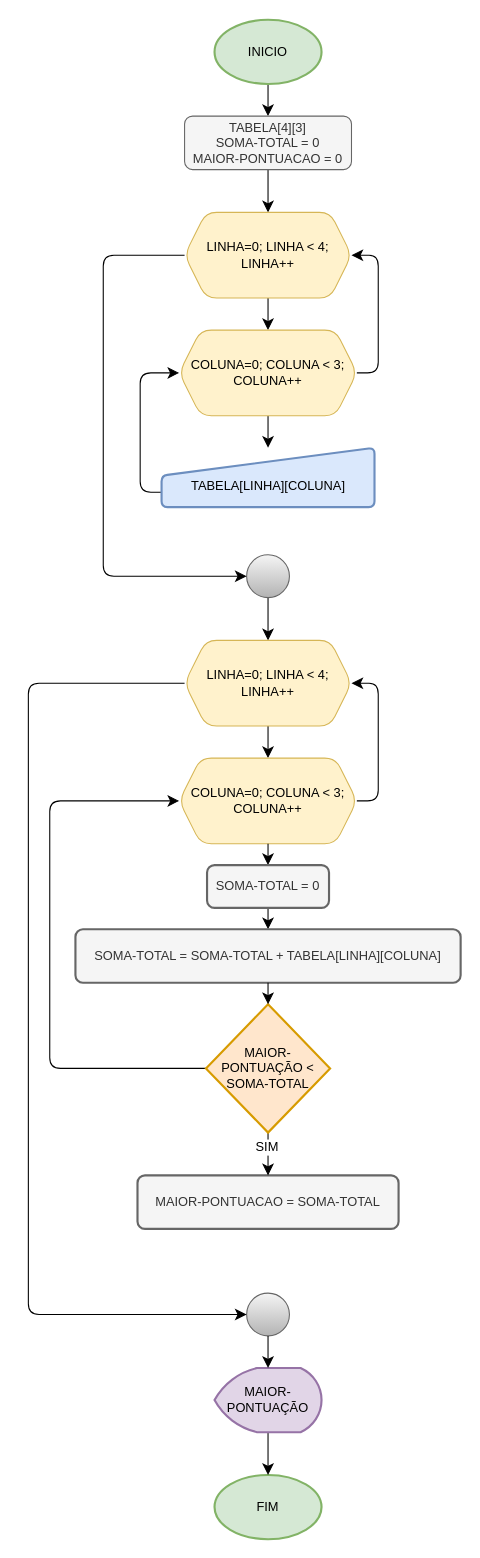
Before: fluxogramas/Matriz-Ex001.drawio in thisouza01/bootcamp-cobol, a draw.io diagram. Source tidied: cells renumbered, new cells numbered last; positions are measured from the earlier drawing's top-left corner, leaving out a move shared by most shapes. Both pictures are drawn from the tidied source at 107%, with x=0, y=0 at pixel (28, 19).
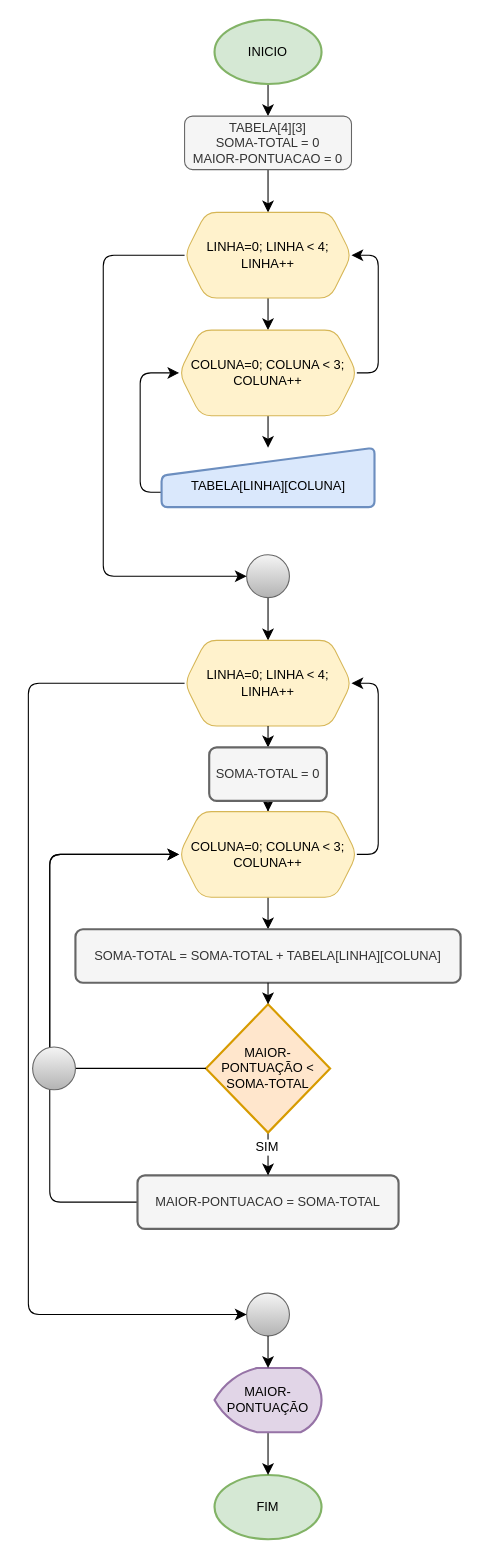
Above is the later version.

Unchanged cells that the change refers to:
```xml
<mxCell id="18" value="LINHA=0; LINHA &amp;lt; 4; LINHA++" style="shape=hexagon;perimeter=hexagonPerimeter2;whiteSpace=wrap;html=1;fixedSize=1;fillColor=#fff2cc;strokeColor=#d6b656;rounded=1;" parent="1" vertex="1">
  <mxGeometry x="146" y="580" width="156" height="80" as="geometry" />
</mxCell>
<mxCell id="22" value="SOMA-TOTAL = SOMA-TOTAL + TABELA[LINHA][COLUNA]" style="rounded=1;whiteSpace=wrap;html=1;absoluteArcSize=1;arcSize=14;strokeWidth=2;fillColor=#f5f5f5;strokeColor=#666666;fontColor=#333333;" parent="1" vertex="1">
  <mxGeometry x="44" y="850" width="360" height="50" as="geometry" />
</mxCell>
<mxCell id="23" value="MAIOR-PONTUACAO = SOMA-TOTAL" style="rounded=1;whiteSpace=wrap;html=1;absoluteArcSize=1;arcSize=14;strokeWidth=2;fillColor=#f5f5f5;strokeColor=#666666;fontColor=#333333;" parent="1" vertex="1">
  <mxGeometry x="102" y="1080" width="244" height="50" as="geometry" />
</mxCell>
<mxCell id="27" value="MAIOR-PONTUAÇÃO &amp;lt; SOMA-TOTAL" style="strokeWidth=2;html=1;shape=mxgraph.flowchart.decision;whiteSpace=wrap;rounded=1;fillColor=#ffe6cc;strokeColor=#d79b00;" parent="1" vertex="1">
  <mxGeometry x="166" y="920" width="116" height="120" as="geometry" />
</mxCell>
```

The edit, as a diff of the source:
```diff
@@
-    <mxCell id="17" style="edgeStyle=orthogonalEdgeStyle;rounded=1;jettySize=auto;html=1;fontSize=12;startSize=8;endSize=8;" parent="1" edge="1" source="18" target="21">
+    <mxCell id="17" style="edgeStyle=orthogonalEdgeStyle;rounded=1;jettySize=auto;html=1;fontSize=12;startSize=8;endSize=8;" parent="1" edge="1" source="35" target="21">
       <mxGeometry relative="1" as="geometry" />
     </mxCell>
@@
-    <mxCell id="20" style="edgeStyle=none;curved=1;rounded=1;jettySize=auto;html=1;exitX=0.5;exitY=1;exitDx=0;exitDy=0;entryX=0.5;entryY=0;entryDx=0;entryDy=0;fontSize=12;startSize=8;endSize=8;" parent="1" edge="1" source="35" target="22">
-      <mxGeometry relative="1" as="geometry" />
-    </mxCell>
+    <mxCell id="36" style="edgeStyle=none;curved=1;rounded=1;jettySize=auto;html=1;exitX=0.5;exitY=1;exitDx=0;exitDy=0;entryX=0.5;entryY=0;entryDx=0;entryDy=0;fontSize=12;startSize=8;endSize=8;" parent="1" edge="1" source="21" target="22">
+      <mxGeometry relative="1" as="geometry" />
+    </mxCell>
     <mxCell id="21" value="COLUNA=0; COLUNA &amp;lt; 3; COLUNA++" style="shape=hexagon;perimeter=hexagonPerimeter2;whiteSpace=wrap;html=1;fixedSize=1;fillColor=#fff2cc;strokeColor=#d6b656;rounded=1;" parent="1" vertex="1">
-      <mxGeometry x="141" y="690" width="166" height="80" as="geometry" />
+      <mxGeometry x="141" y="740" width="166" height="80" as="geometry" />
     </mxCell>
@@
+    <mxCell id="37" style="edgeStyle=orthogonalEdgeStyle;rounded=1;jettySize=auto;html=1;exitX=0;exitY=0.5;exitDx=0;exitDy=0;entryX=0;entryY=0.5;entryDx=0;entryDy=0;fontSize=12;startSize=8;endSize=8;" parent="1" edge="1" source="23" target="21">
+      <mxGeometry relative="1" as="geometry">
+        <Array as="points">
+          <mxPoint x="20" y="1105" />
+          <mxPoint x="20" y="780" />
+        </Array>
+      </mxGeometry>
+    </mxCell>
@@
-    <mxCell id="26" style="edgeStyle=orthogonalEdgeStyle;rounded=1;jettySize=auto;html=1;exitX=0;exitY=0.5;exitDx=0;exitDy=0;exitPerimeter=0;entryX=0;entryY=0.5;entryDx=0;entryDy=0;fontSize=12;startSize=8;endSize=8;" parent="1" edge="1" source="27" target="21">
+    <mxCell id="26" style="edgeStyle=orthogonalEdgeStyle;rounded=1;jettySize=auto;html=1;exitX=0;exitY=0.5;exitDx=0;exitDy=0;exitPerimeter=0;entryX=0;entryY=0.5;entryDx=0;entryDy=0;fontSize=12;startSize=8;endSize=8;" parent="1" edge="1" source="39" target="21">
       <mxGeometry relative="1" as="geometry">
         <Array as="points">
           <mxPoint x="20" y="980" />
-          <mxPoint x="20" y="730" />
+          <mxPoint x="20" y="780" />
         </Array>
       </mxGeometry>
     </mxCell>
@@
-    <mxCell id="34" style="edgeStyle=none;curved=1;rounded=1;jettySize=auto;html=1;exitX=0.5;exitY=1;exitDx=0;exitDy=0;entryX=0.5;entryY=0;entryDx=0;entryDy=0;fontSize=12;startSize=8;endSize=8;" parent="1" edge="1" source="21" target="35">
-      <mxGeometry relative="1" as="geometry" />
-    </mxCell>
+    <mxCell id="38" style="edgeStyle=orthogonalEdgeStyle;rounded=1;jettySize=auto;html=1;exitX=0;exitY=0.5;exitDx=0;exitDy=0;exitPerimeter=0;entryX=0;entryY=0.5;entryDx=0;entryDy=0;fontSize=12;startSize=8;endSize=8;" parent="1" edge="1" source="27" target="39">
+      <mxGeometry relative="1" as="geometry">
+        <Array as="points">
+          <mxPoint x="20" y="980" />
+        </Array>
+      </mxGeometry>
+    </mxCell>
+    <mxCell id="39" style="verticalLabelPosition=bottom;verticalAlign=top;html=1;shape=mxgraph.flowchart.on-page_reference;rounded=1;fillColor=#f5f5f5;gradientColor=#b3b3b3;strokeColor=#666666;" parent="1" vertex="1">
+      <mxGeometry x="4" y="960" width="40" height="40" as="geometry" />
+    </mxCell>
+    <mxCell id="40" style="edgeStyle=orthogonalEdgeStyle;rounded=1;jettySize=auto;html=1;fontSize=12;startSize=8;endSize=8;" parent="1" edge="1" source="18" target="35">
+      <mxGeometry relative="1" as="geometry" />
+    </mxCell>
     <mxCell id="35" value="SOMA-TOTAL = 0" style="rounded=1;whiteSpace=wrap;html=1;absoluteArcSize=1;arcSize=14;strokeWidth=2;fillColor=#f5f5f5;strokeColor=#666666;fontColor=#333333;" parent="1" vertex="1">
-      <mxGeometry x="167" y="790" width="114" height="40" as="geometry" />
+      <mxGeometry x="169" y="680" width="110" height="50" as="geometry" />
     </mxCell>
```
